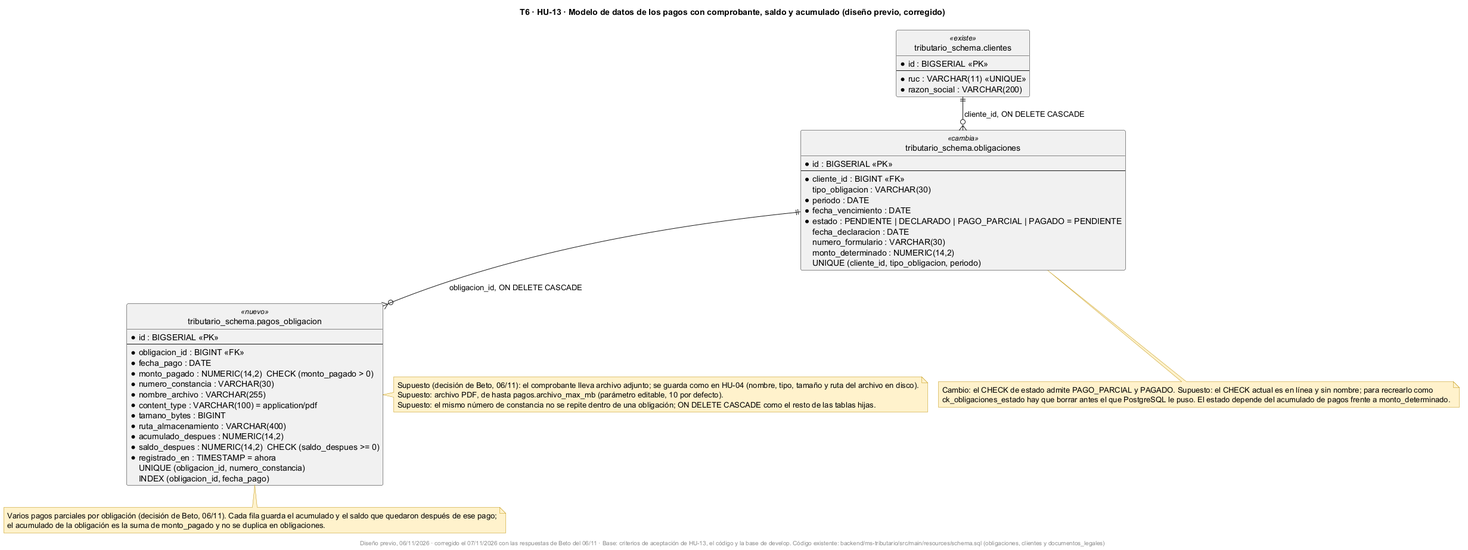
Before: docs/uml/img/T6-HU13-er-pagos.png, a diagram exported from PlantUML (fabianrodriguez33/plus-contable).
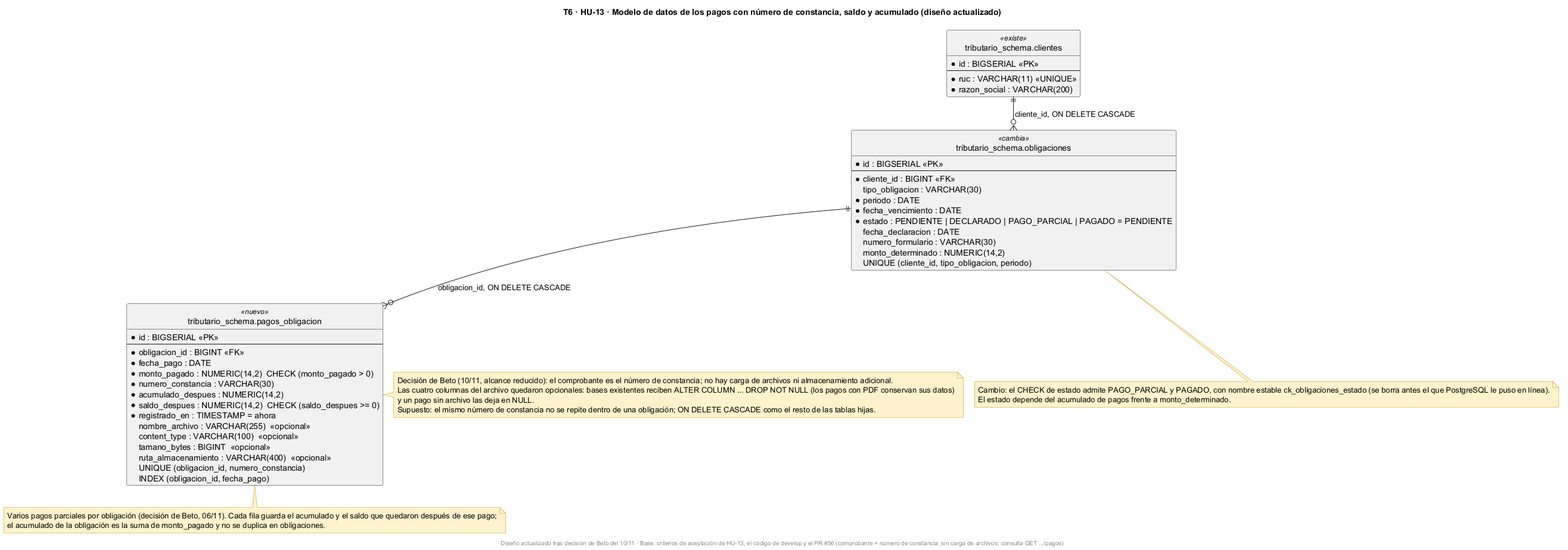
Above is the later version.

Commit message:
HU-13 (T6): los diagramas de clases, secuencia y ER muestran el comprobante como número de constancia, sin archivo obligatorio, y la consulta GET de pagos

Change to the diagram source:
```diff
@@ -1,6 +1,6 @@
 @startuml
 !pragma layout smetana
-title T6 · HU-13 · Modelo de datos de los pagos con comprobante, saldo y acumulado (diseño previo, corregido)
+title T6 · HU-13 · Modelo de datos de los pagos con número de constancia, saldo y acumulado (diseño actualizado)
 skinparam shadowing false
 skinparam noteBackgroundColor #FFF2CC
 skinparam noteBorderColor #BF9000
@@ -32,13 +32,13 @@
   * fecha_pago : DATE
   * monto_pagado : NUMERIC(14,2)  CHECK (monto_pagado > 0)
   * numero_constancia : VARCHAR(30)
-  * nombre_archivo : VARCHAR(255)
-  * content_type : VARCHAR(100) = application/pdf
-  * tamano_bytes : BIGINT
-  * ruta_almacenamiento : VARCHAR(400)
   * acumulado_despues : NUMERIC(14,2)
   * saldo_despues : NUMERIC(14,2)  CHECK (saldo_despues >= 0)
   * registrado_en : TIMESTAMP = ahora
+    nombre_archivo : VARCHAR(255)  <<opcional>>
+    content_type : VARCHAR(100)  <<opcional>>
+    tamano_bytes : BIGINT  <<opcional>>
+    ruta_almacenamiento : VARCHAR(400)  <<opcional>>
   UNIQUE (obligacion_id, numero_constancia)
   INDEX (obligacion_id, fecha_pago)
 }
@@ -47,17 +47,18 @@
 obligaciones ||--o{ pagos : obligacion_id, ON DELETE CASCADE
 
 note bottom of obligaciones
-  Cambio: el CHECK de estado admite PAGO_PARCIAL y PAGADO. Supuesto: el CHECK actual es en línea y sin nombre; para recrearlo como
-  ck_obligaciones_estado hay que borrar antes el que PostgreSQL le puso. El estado depende del acumulado de pagos frente a monto_determinado.
+  Cambio: el CHECK de estado admite PAGO_PARCIAL y PAGADO, con nombre estable ck_obligaciones_estado (se borra antes el que PostgreSQL le puso en línea).
+  El estado depende del acumulado de pagos frente a monto_determinado.
 end note
 note bottom of pagos
   Varios pagos parciales por obligación (decisión de Beto, 06/11). Cada fila guarda el acumulado y el saldo que quedaron después de ese pago;
   el acumulado de la obligación es la suma de monto_pagado y no se duplica en obligaciones.
 end note
 note right of pagos
-  Supuesto (decisión de Beto, 06/11): el comprobante lleva archivo adjunto; se guarda como en HU-04 (nombre, tipo, tamaño y ruta del archivo en disco).
-  Supuesto: archivo PDF, de hasta pagos.archivo_max_mb (parámetro editable, 10 por defecto).
+  Decisión de Beto (10/11, alcance reducido): el comprobante es el número de constancia; no hay carga de archivos ni almacenamiento adicional.
+  Las cuatro columnas del archivo quedaron opcionales: bases existentes reciben ALTER COLUMN ... DROP NOT NULL (los pagos con PDF conservan sus datos)
+  y un pago sin archivo las deja en NULL.
   Supuesto: el mismo número de constancia no se repite dentro de una obligación; ON DELETE CASCADE como el resto de las tablas hijas.
 end note
-footer Diseño previo, 06/11/2026 · corregido el 07/11/2026 con las respuestas de Beto del 06/11 · Base: criterios de aceptación de HU-13, el código y la base de develop. Código existente: backend/ms-tributario/src/main/resources/schema.sql (obligaciones, clientes y documentos_legales)
+footer Diseño actualizado tras decisión de Beto del 10/11 · Base: criterios de aceptación de HU-13, el código de develop y el PR #56 (comprobante = número de constancia, sin carga de archivos; consulta GET .../pagos)
 @enduml
```
